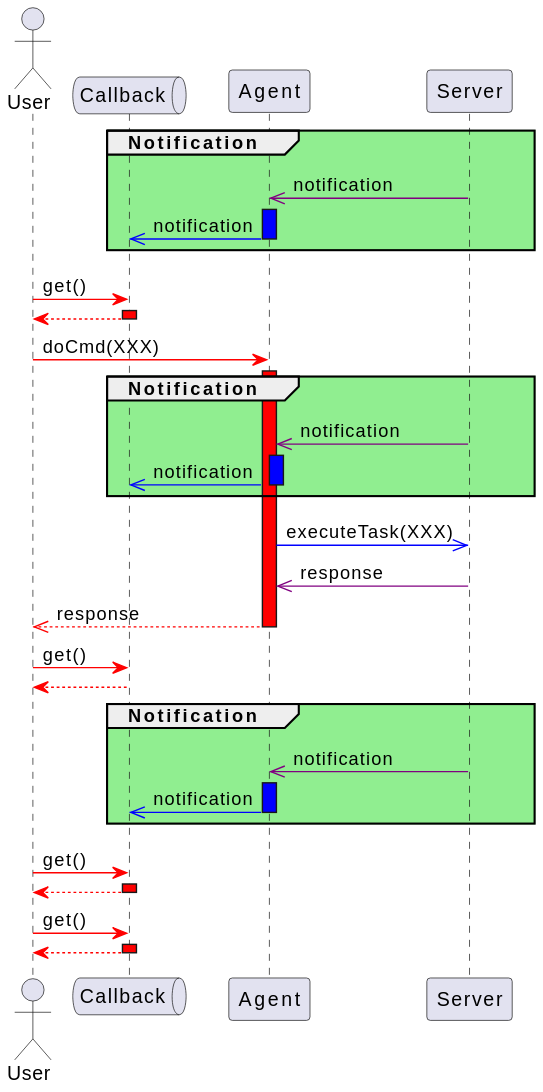
This is diagrams/seq_user_agent_blocking_with_callback.svg from h6wk/Cmder, a PlantUML export, as it was before one commit.
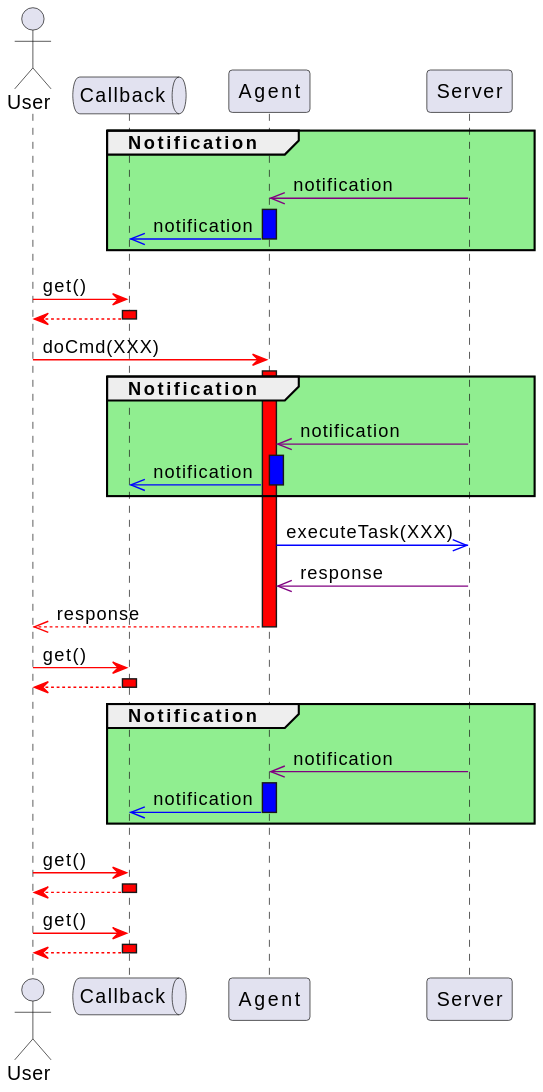
After the commit.

What changed in the source:
```diff
@@ -24,7 +24,8 @@
 Agent -[#blue]>> Server : executeTask(XXX)
 Server -[#purple]>> Agent: response
 Agent --[#red]>> User --: response
-User -[#red]> Callback: get()
+
+User -[#red]> Callback --++#red: get()
 return
 
 group #lightgreen Notification
```
